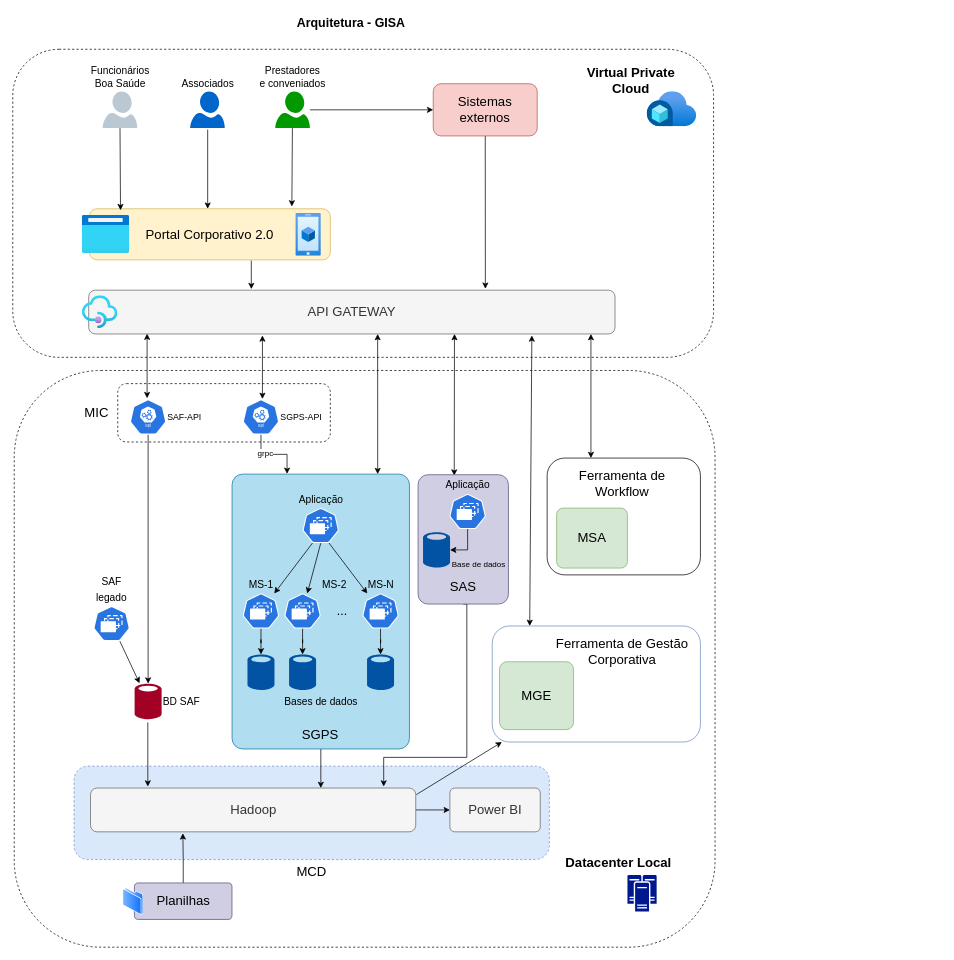
Before: page "Macro_alterado" (2 of 4) of GISA_Adriana_Diego.drawio in TCC-ArqSD-2023/db-diagram, a draw.io diagram. Source tidied: cells renumbered, new cells numbered last; positions are measured from the earlier drawing's top-left corner, leaving out a move shared by most shapes. Both pictures are drawn from the tidied source at 73%, with x=0, y=0 at pixel (-168, 12).
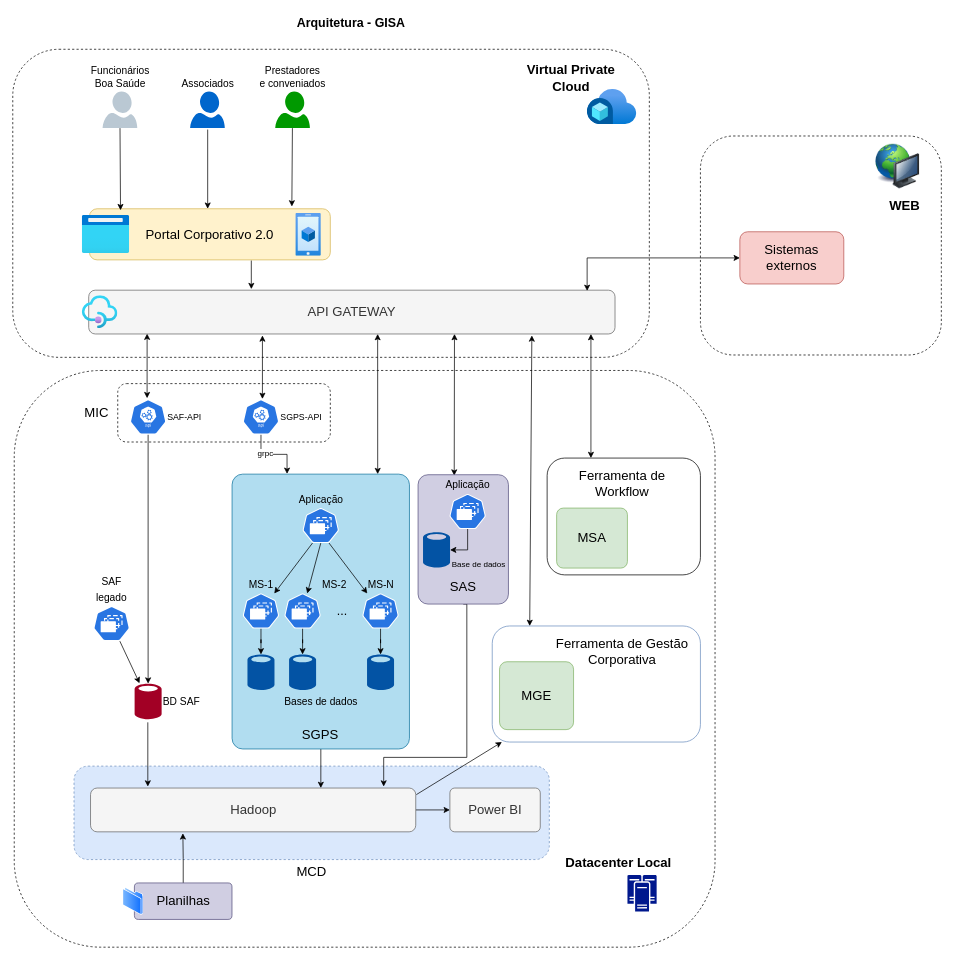
The same page after the edit.

Commit message (it also covers changes not shown here):
alterações no draw.io, adição da imagem do diagrama de implantação e ajuste na imagem da arquitetura macro

The change refers to these unchanged cells:
```xml
<mxCell id="14" value="&lt;font style=&quot;font-size: 18px&quot;&gt;API GATEWAY&lt;/font&gt;" style="rounded=1;whiteSpace=wrap;html=1;fillColor=#f5f5f5;strokeColor=#666666;fontColor=#333333;" parent="1" vertex="1">
  <mxGeometry x="351" y="380" width="721" height="60" as="geometry" />
</mxCell>
<mxCell id="23" value="Prestadores &lt;br style=&quot;font-size: 14px;&quot;&gt;e conveniados" style="verticalLabelPosition=top;html=1;verticalAlign=bottom;align=center;shape=mxgraph.azure.user;labelPosition=center;strokeColor=none;fillColor=#009900;fontSize=14;" parent="1" vertex="1">
  <mxGeometry x="606.5" y="108" width="47.5" height="50" as="geometry" />
</mxCell>
```

Change to the diagram source:
```diff
@@
+    <mxCell id="79" style="rounded=1;whiteSpace=wrap;html=1;dashed=1;fillStyle=hatch;" parent="1" vertex="1">
+      <mxGeometry x="1189" y="168.8" width="330" height="300" as="geometry" />
+    </mxCell>
+    <mxCell id="70" style="rounded=1;whiteSpace=wrap;html=1;fillColor=none;dashed=1;" parent="1" vertex="1">
+      <mxGeometry x="247" y="50" width="872" height="422" as="geometry" />
+    </mxCell>
@@
-    <mxCell id="22" style="edgeStyle=none;rounded=0;jettySize=auto;html=1;entryX=0;entryY=0.5;entryDx=0;entryDy=0;fontSize=18;" parent="1" edge="1" source="23" target="59">
-      <mxGeometry relative="1" as="geometry" />
-    </mxCell>
@@
-    <mxCell id="58" style="edgeStyle=none;rounded=0;jettySize=auto;html=1;entryX=0.572;entryY=-0.032;entryDx=0;entryDy=0;entryPerimeter=0;fontSize=18;startArrow=none;startFill=0;" parent="1" edge="1" source="59">
-      <mxGeometry relative="1" as="geometry">
-        <mxPoint x="894.4" y="378.1" as="targetPoint" />
-      </mxGeometry>
-    </mxCell>
+    <mxCell id="80" style="edgeStyle=orthogonalEdgeStyle;rounded=0;jettySize=auto;html=1;entryX=0.947;entryY=0.017;entryDx=0;entryDy=0;entryPerimeter=0;startArrow=classic;startFill=1;" parent="1" edge="1" source="59" target="14">
+      <mxGeometry relative="1" as="geometry" />
+    </mxCell>
     <mxCell id="59" value="Sistemas externos" style="rounded=1;whiteSpace=wrap;html=1;fillColor=#f8cecc;fontSize=18;labelPosition=center;verticalLabelPosition=middle;align=center;verticalAlign=middle;strokeColor=#b85450;spacingRight=0;" parent="1" vertex="1">
-      <mxGeometry x="823" y="97.2" width="142.4" height="71.5" as="geometry" />
+      <mxGeometry x="1243" y="300" width="142.4" height="71.5" as="geometry" />
     </mxCell>
@@
-    <mxCell id="70" style="rounded=1;whiteSpace=wrap;html=1;fillColor=none;dashed=1;" parent="1" vertex="1">
-      <mxGeometry x="247" y="50" width="960" height="422" as="geometry" />
-    </mxCell>
     <mxCell id="71" value="&lt;font style=&quot;font-size: 18px;&quot;&gt;&lt;b&gt;Virtual Private Cloud&lt;/b&gt;&lt;/font&gt;" style="text;html=1;strokeColor=none;fillColor=none;align=center;verticalAlign=middle;whiteSpace=wrap;rounded=0;" parent="1" vertex="1">
-      <mxGeometry x="1009" y="78" width="170" height="30" as="geometry" />
+      <mxGeometry x="927" y="75" width="170" height="30" as="geometry" />
     </mxCell>
@@
     <mxCell id="74" style="image;html=1;align=center;fontSize=12;image=img/lib/azure2/azure_ecosystem/Azure_Hybrid_Center.svg;" parent="1" vertex="1">
-      <mxGeometry x="1115.8" y="108" width="68" height="48" as="geometry" />
+      <mxGeometry x="1033.8" y="105" width="68" height="48" as="geometry" />
     </mxCell>
@@
+    <mxCell id="81" style="image;html=1;image=img/lib/clip_art/computers/Network_128x128.png;" parent="1" vertex="1">
+      <mxGeometry x="1419" y="180" width="80" height="61" as="geometry" />
+    </mxCell>
+    <mxCell id="82" value="&lt;font style=&quot;font-size: 18px;&quot;&gt;&lt;b&gt;WEB&lt;/b&gt;&lt;/font&gt;" style="text;html=1;strokeColor=none;fillColor=none;align=center;verticalAlign=middle;whiteSpace=wrap;rounded=0;" parent="1" vertex="1">
+      <mxGeometry x="1439" y="250" width="60" height="30" as="geometry" />
+    </mxCell>
```
